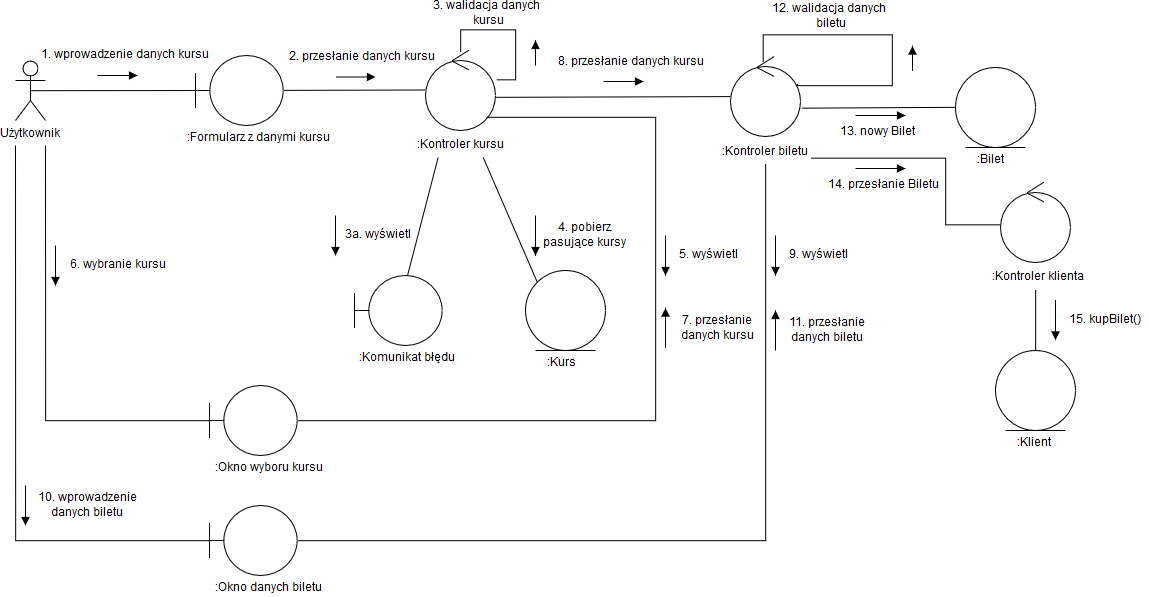
Before: Iteracja 3/Diagram Kooperacji - Kupno biletu.png, a diagram exported from draw.io (BartoszSolka/ZMIO---Zaawansowane-metody-in-ynierii-oprogramowania). Source tidied: cells renumbered, new cells last; positions are measured from the earlier drawing's top-left corner, leaving out a move shared by most shapes.
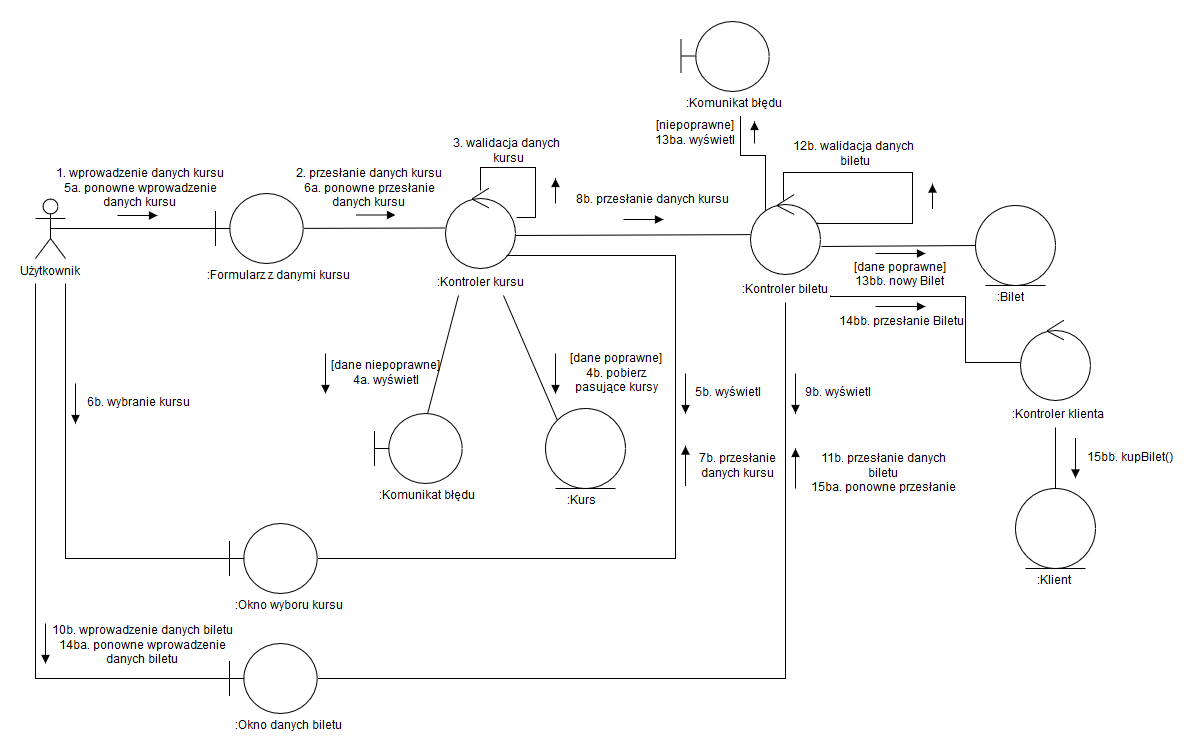
Later version of the same file.

Commit message:
Poprawione diagramy kooperacji.

Change to the diagram source:
```diff
@@ -10,12 +10,12 @@
     </mxCell>
     <mxCell id="4" style="endArrow=block;html=1;endFill=1;" parent="1" edge="1">
       <mxGeometry relative="1" as="geometry">
-        <mxPoint x="82" y="72" as="sourcePoint" />
-        <mxPoint x="122" y="72" as="targetPoint" />
+        <mxPoint x="82" y="74" as="sourcePoint" />
+        <mxPoint x="122" y="74" as="targetPoint" />
       </mxGeometry>
     </mxCell>
-    <mxCell id="5" value="1. wprowadzenie danych kursu" style="text;html=1;strokeColor=none;fillColor=none;align=center;verticalAlign=middle;whiteSpace=wrap;rounded=0;" parent="1" vertex="1">
-      <mxGeometry x="20" y="42" width="174" height="20" as="geometry" />
+    <mxCell id="5" value="&lt;div&gt;1. wprowadzenie danych kursu&lt;/div&gt;&lt;div&gt;5a. ponowne wprowadzenie danych kursu&lt;br&gt;&lt;/div&gt;" style="text;html=1;strokeColor=none;fillColor=none;align=center;verticalAlign=middle;whiteSpace=wrap;rounded=0;" parent="1" vertex="1">
+      <mxGeometry x="20" y="37" width="170" height="20" as="geometry" />
     </mxCell>
     <mxCell id="6" value="&lt;div&gt;3. walidacja danych&lt;/div&gt;&amp;nbsp;kursu" style="text;html=1;strokeColor=none;fillColor=none;align=center;verticalAlign=middle;whiteSpace=wrap;rounded=0;" parent="1" vertex="1">
       <mxGeometry x="410" width="120" height="20" as="geometry" />
@@ -47,8 +47,8 @@
         <mxPoint x="360" y="73.5" as="targetPoint" />
       </mxGeometry>
     </mxCell>
-    <mxCell id="15" value="2. przesłanie danych kursu" style="text;html=1;strokeColor=none;fillColor=none;align=center;verticalAlign=middle;whiteSpace=wrap;rounded=0;" parent="1" vertex="1">
-      <mxGeometry x="258" y="43.5" width="174" height="20" as="geometry" />
+    <mxCell id="15" value="&lt;div&gt;2. przesłanie danych kursu&lt;/div&gt;&lt;div&gt;6a. ponowne przesłanie danych kursu&lt;br&gt;&lt;/div&gt;" style="text;html=1;strokeColor=none;fillColor=none;align=center;verticalAlign=middle;whiteSpace=wrap;rounded=0;" parent="1" vertex="1">
+      <mxGeometry x="258" y="37" width="152" height="20" as="geometry" />
     </mxCell>
     <mxCell id="16" style="edgeStyle=orthogonalEdgeStyle;rounded=0;orthogonalLoop=1;jettySize=auto;html=1;endArrow=none;endFill=0;entryX=1.014;entryY=0.369;entryDx=0;entryDy=0;entryPerimeter=0;exitX=0.5;exitY=0.031;exitDx=0;exitDy=0;exitPerimeter=0;" parent="1" edge="1" source="9" target="9">
       <mxGeometry relative="1" as="geometry">
@@ -73,12 +73,12 @@
     </mxCell>
     <mxCell id="20" style="endArrow=block;html=1;endFill=1;" parent="1" edge="1">
       <mxGeometry relative="1" as="geometry">
-        <mxPoint x="320" y="212" as="sourcePoint" />
-        <mxPoint x="320" y="252" as="targetPoint" />
+        <mxPoint x="290" y="212" as="sourcePoint" />
+        <mxPoint x="290" y="252" as="targetPoint" />
       </mxGeometry>
     </mxCell>
-    <mxCell id="21" value="3a. wyświetl" style="text;html=1;strokeColor=none;fillColor=none;align=center;verticalAlign=middle;whiteSpace=wrap;rounded=0;" parent="1" vertex="1">
-      <mxGeometry x="324" y="222" width="76" height="20" as="geometry" />
+    <mxCell id="21" value="[dane niepoprawne]&lt;br&gt;&lt;div&gt;4a. wyświetl&lt;/div&gt;" style="text;html=1;strokeColor=none;fillColor=none;align=center;verticalAlign=middle;whiteSpace=wrap;rounded=0;" parent="1" vertex="1">
+      <mxGeometry x="294" y="222" width="106" height="20" as="geometry" />
     </mxCell>
     <mxCell id="22" style="ellipse;shape=umlEntity;whiteSpace=wrap;html=1;" parent="1" vertex="1">
       <mxGeometry x="510" y="267" width="80" height="80" as="geometry" />
@@ -92,8 +92,8 @@
         <mxPoint x="520" y="252" as="targetPoint" />
       </mxGeometry>
     </mxCell>
-    <mxCell id="25" value="4. pobierz pasujące kursy" style="text;html=1;strokeColor=none;fillColor=none;align=center;verticalAlign=middle;whiteSpace=wrap;rounded=0;" parent="1" vertex="1">
-      <mxGeometry x="526" y="222" width="86" height="20" as="geometry" />
+    <mxCell id="25" value="[dane poprawne]&lt;br&gt;&lt;div&gt;4b. pobierz pasujące kursy&lt;/div&gt;" style="text;html=1;strokeColor=none;fillColor=none;align=center;verticalAlign=middle;whiteSpace=wrap;rounded=0;" parent="1" vertex="1">
+      <mxGeometry x="524" y="222" width="114" height="20" as="geometry" />
     </mxCell>
     <mxCell id="26" style="edgeStyle=orthogonalEdgeStyle;rounded=0;jettySize=auto;html=1;entryX=0.871;entryY=0.844;entryDx=0;entryDy=0;entryPerimeter=0;endArrow=none;endFill=0;" parent="1" edge="1" source="28" target="9">
       <mxGeometry relative="1" as="geometry">
@@ -120,7 +120,7 @@
         <mxPoint x="650" y="272" as="targetPoint" />
       </mxGeometry>
     </mxCell>
-    <mxCell id="31" value="5. wyświetl" style="text;html=1;strokeColor=none;fillColor=none;align=center;verticalAlign=middle;whiteSpace=wrap;rounded=0;" parent="1" vertex="1">
+    <mxCell id="31" value="5b. wyświetl" style="text;html=1;strokeColor=none;fillColor=none;align=center;verticalAlign=middle;whiteSpace=wrap;rounded=0;" parent="1" vertex="1">
       <mxGeometry x="654" y="242" width="76" height="20" as="geometry" />
     </mxCell>
     <mxCell id="32" style="endArrow=block;html=1;endFill=1;" parent="1" edge="1">
@@ -129,7 +129,7 @@
         <mxPoint x="40" y="282" as="targetPoint" />
       </mxGeometry>
     </mxCell>
-    <mxCell id="33" value="6. wybranie kursu" style="text;html=1;strokeColor=none;fillColor=none;align=center;verticalAlign=middle;whiteSpace=wrap;rounded=0;" parent="1" vertex="1">
+    <mxCell id="33" value="6b. wybranie kursu" style="text;html=1;strokeColor=none;fillColor=none;align=center;verticalAlign=middle;whiteSpace=wrap;rounded=0;" parent="1" vertex="1">
       <mxGeometry x="44" y="252" width="116" height="20" as="geometry" />
     </mxCell>
     <mxCell id="34" style="endArrow=none;html=1;endFill=0;startArrow=block;startFill=1;" parent="1" edge="1">
@@ -138,9 +138,18 @@
         <mxPoint x="650" y="344.5" as="targetPoint" />
       </mxGeometry>
     </mxCell>
-    <mxCell id="35" value="7. przesłanie danych kursu" style="text;html=1;strokeColor=none;fillColor=none;align=center;verticalAlign=middle;whiteSpace=wrap;rounded=0;" parent="1" vertex="1">
+    <mxCell id="35" value="7b. przesłanie danych kursu" style="text;html=1;strokeColor=none;fillColor=none;align=center;verticalAlign=middle;whiteSpace=wrap;rounded=0;" parent="1" vertex="1">
       <mxGeometry x="654" y="315" width="96" height="20" as="geometry" />
     </mxCell>
+    <mxCell id="69" style="edgeStyle=orthogonalEdgeStyle;rounded=0;jettySize=auto;html=1;exitX=0.2;exitY=0.288;exitDx=0;exitDy=0;exitPerimeter=0;endArrow=none;endFill=0;" parent="1" edge="1" source="36" target="71">
+      <mxGeometry relative="1" as="geometry">
+        <Array as="points">
+          <mxPoint x="730" y="76" />
+          <mxPoint x="730" y="14" />
+          <mxPoint x="705" y="14" />
+        </Array>
+      </mxGeometry>
+    </mxCell>
     <mxCell id="36" style="ellipse;shape=umlControl;whiteSpace=wrap;html=1;" parent="1" vertex="1">
       <mxGeometry x="715" y="53" width="70" height="80" as="geometry" />
     </mxCell>
@@ -164,7 +173,7 @@
         <mxPoint x="588" y="78" as="targetPoint" />
       </mxGeometry>
     </mxCell>
-    <mxCell id="41" value="8. przesłanie danych kursu" style="text;html=1;strokeColor=none;fillColor=none;align=center;verticalAlign=middle;whiteSpace=wrap;rounded=0;" parent="1" vertex="1">
+    <mxCell id="41" value="8b. przesłanie danych kursu" style="text;html=1;strokeColor=none;fillColor=none;align=center;verticalAlign=middle;whiteSpace=wrap;rounded=0;" parent="1" vertex="1">
       <mxGeometry x="538" y="49" width="154" height="20" as="geometry" />
     </mxCell>
     <mxCell id="42" style="edgeStyle=orthogonalEdgeStyle;rounded=0;jettySize=auto;html=1;startArrow=none;startFill=0;endArrow=none;endFill=0;entryX=0.5;entryY=1;entryDx=0;entryDy=0;" parent="1" edge="1" source="44" target="38">
@@ -187,7 +196,7 @@
         <mxPoint x="760" y="272" as="targetPoint" />
       </mxGeometry>
     </mxCell>
-    <mxCell id="47" value="9. wyświetl" style="text;html=1;strokeColor=none;fillColor=none;align=center;verticalAlign=middle;whiteSpace=wrap;rounded=0;" parent="1" vertex="1">
+    <mxCell id="47" value="9b. wyświetl" style="text;html=1;strokeColor=none;fillColor=none;align=center;verticalAlign=middle;whiteSpace=wrap;rounded=0;" parent="1" vertex="1">
       <mxGeometry x="764" y="242" width="76" height="20" as="geometry" />
     </mxCell>
     <mxCell id="48" style="endArrow=block;html=1;endFill=1;" parent="1" edge="1">
@@ -196,8 +205,8 @@
         <mxPoint x="10" y="522" as="targetPoint" />
       </mxGeometry>
     </mxCell>
-    <mxCell id="49" value="10. wprowadzenie danych biletu" style="text;html=1;strokeColor=none;fillColor=none;align=center;verticalAlign=middle;whiteSpace=wrap;rounded=0;" parent="1" vertex="1">
-      <mxGeometry x="14" y="492" width="116" height="20" as="geometry" />
+    <mxCell id="49" value="&lt;div&gt;10b. wprowadzenie danych biletu&lt;/div&gt;&lt;div&gt;14ba. ponowne wprowadzenie danych biletu&lt;br&gt;&lt;/div&gt;" style="text;html=1;strokeColor=none;fillColor=none;align=center;verticalAlign=middle;whiteSpace=wrap;rounded=0;" parent="1" vertex="1">
+      <mxGeometry x="15" y="494" width="184" height="20" as="geometry" />
     </mxCell>
     <mxCell id="50" style="endArrow=none;html=1;endFill=0;startArrow=block;startFill=1;" parent="1" edge="1">
       <mxGeometry relative="1" as="geometry">
@@ -205,8 +214,8 @@
         <mxPoint x="760" y="347" as="targetPoint" />
       </mxGeometry>
     </mxCell>
-    <mxCell id="51" value="11. przesłanie danych biletu" style="text;html=1;strokeColor=none;fillColor=none;align=center;verticalAlign=middle;whiteSpace=wrap;rounded=0;" parent="1" vertex="1">
-      <mxGeometry x="764" y="317.5" width="96" height="20" as="geometry" />
+    <mxCell id="51" value="&lt;div&gt;11b. przesłanie danych biletu&lt;/div&gt;15ba. ponowne przesłanie danych biletu" style="text;html=1;strokeColor=none;fillColor=none;align=center;verticalAlign=middle;whiteSpace=wrap;rounded=0;" parent="1" vertex="1">
+      <mxGeometry x="770" y="322" width="156" height="20" as="geometry" />
     </mxCell>
     <mxCell id="52" style="edgeStyle=orthogonalEdgeStyle;rounded=0;orthogonalLoop=1;jettySize=auto;html=1;endArrow=none;endFill=0;entryX=0.955;entryY=0.344;entryDx=0;entryDy=0;entryPerimeter=0;exitX=0.467;exitY=0.073;exitDx=0;exitDy=0;exitPerimeter=0;" parent="1" edge="1" source="36" target="36">
       <mxGeometry relative="1" as="geometry">
@@ -224,8 +233,8 @@
         <mxPoint x="897" y="42.5" as="targetPoint" />
       </mxGeometry>
     </mxCell>
-    <mxCell id="54" value="&lt;div&gt;12. walidacja danych&lt;/div&gt;&amp;nbsp;biletu" style="text;html=1;strokeColor=none;fillColor=none;align=center;verticalAlign=middle;whiteSpace=wrap;rounded=0;" parent="1" vertex="1">
-      <mxGeometry x="752" y="3" width="120" height="20" as="geometry" />
+    <mxCell id="54" value="&lt;div&gt;12b. walidacja danych&lt;/div&gt;&amp;nbsp;biletu" style="text;html=1;strokeColor=none;fillColor=none;align=center;verticalAlign=middle;whiteSpace=wrap;rounded=0;" parent="1" vertex="1">
+      <mxGeometry x="752" y="3" width="128" height="20" as="geometry" />
     </mxCell>
     <mxCell id="55" style="ellipse;shape=umlEntity;whiteSpace=wrap;html=1;" parent="1" vertex="1">
       <mxGeometry x="940" y="64" width="80" height="80" as="geometry" />
@@ -236,8 +245,8 @@
     <mxCell id="57" style="edgeStyle=none;rounded=0;jettySize=auto;html=1;endArrow=none;endFill=0;exitX=1.014;exitY=0.646;exitDx=0;exitDy=0;exitPerimeter=0;entryX=0;entryY=0.5;entryDx=0;entryDy=0;" parent="1" edge="1" source="36" target="55">
       <mxGeometry relative="1" as="geometry" />
     </mxCell>
-    <mxCell id="58" value="&lt;div&gt;13. nowy Bilet&lt;br&gt;&lt;/div&gt;" style="text;html=1;strokeColor=none;fillColor=none;align=center;verticalAlign=middle;whiteSpace=wrap;rounded=0;" parent="1" vertex="1">
-      <mxGeometry x="802.5" y="118.5" width="120" height="20" as="geometry" />
+    <mxCell id="58" value="&lt;div&gt;&lt;br&gt;&lt;/div&gt;&lt;div&gt;[dane poprawne]&lt;br&gt;&lt;/div&gt;&lt;div&gt;13bb. nowy Bilet&lt;br&gt;&lt;/div&gt;" style="text;html=1;strokeColor=none;fillColor=none;align=center;verticalAlign=middle;whiteSpace=wrap;rounded=0;" parent="1" vertex="1">
+      <mxGeometry x="802.5" y="116.5" width="120" height="20" as="geometry" />
     </mxCell>
     <mxCell id="59" style="endArrow=block;html=1;endFill=1;" parent="1" edge="1">
       <mxGeometry relative="1" as="geometry">
@@ -254,8 +263,8 @@
     <mxCell id="62" value=":Kontroler klienta" style="text;html=1;" parent="1" vertex="1">
       <mxGeometry x="975" y="261" width="90" height="25" as="geometry" />
     </mxCell>
-    <mxCell id="63" value="&lt;div&gt;14. przesłanie Biletu&lt;br&gt;&lt;/div&gt;" style="text;html=1;strokeColor=none;fillColor=none;align=center;verticalAlign=middle;whiteSpace=wrap;rounded=0;" parent="1" vertex="1">
-      <mxGeometry x="803" y="172" width="128" height="20" as="geometry" />
+    <mxCell id="63" value="&lt;div&gt;14bb. przesłanie Biletu&lt;br&gt;&lt;/div&gt;" style="text;html=1;strokeColor=none;fillColor=none;align=center;verticalAlign=middle;whiteSpace=wrap;rounded=0;" parent="1" vertex="1">
+      <mxGeometry x="800" y="171" width="128" height="20" as="geometry" />
     </mxCell>
     <mxCell id="64" style="endArrow=block;html=1;endFill=1;" parent="1" edge="1">
       <mxGeometry relative="1" as="geometry">
@@ -275,8 +284,23 @@
         <mxPoint x="1040" y="336.5" as="targetPoint" />
       </mxGeometry>
     </mxCell>
-    <mxCell id="68" value="15. kupBilet()" style="text;html=1;strokeColor=none;fillColor=none;align=center;verticalAlign=middle;whiteSpace=wrap;rounded=0;" parent="1" vertex="1">
-      <mxGeometry x="1046" y="306.5" width="86" height="20" as="geometry" />
+    <mxCell id="68" value="15bb. kupBilet()" style="text;html=1;strokeColor=none;fillColor=none;align=center;verticalAlign=middle;whiteSpace=wrap;rounded=0;" parent="1" vertex="1">
+      <mxGeometry x="1046" y="307" width="94" height="20" as="geometry" />
     </mxCell>
+    <mxCell id="70" style="shape=umlBoundary;whiteSpace=wrap;html=1;" parent="1" vertex="1">
+      <mxGeometry x="645.5" y="-120.5" width="88" height="70" as="geometry" />
+    </mxCell>
+    <mxCell id="71" value=":Komunikat błędu" style="text;html=1;" parent="1" vertex="1">
+      <mxGeometry x="648.5" y="-50.5" width="90" height="25" as="geometry" />
+    </mxCell>
+    <mxCell id="72" style="endArrow=none;html=1;endFill=0;startArrow=block;startFill=1;" parent="1" edge="1">
+      <mxGeometry relative="1" as="geometry">
+        <mxPoint x="719" y="-20" as="sourcePoint" />
+        <mxPoint x="719" y="2" as="targetPoint" />
+      </mxGeometry>
+    </mxCell>
+    <mxCell id="73" value="[niepoprawne]&lt;br&gt;&lt;div&gt;13ba. wyświetl&lt;br&gt;&lt;/div&gt;" style="text;html=1;strokeColor=none;fillColor=none;align=center;verticalAlign=middle;whiteSpace=wrap;rounded=0;" parent="1" vertex="1">
+      <mxGeometry x="618" y="-18" width="82" height="20" as="geometry" />
+    </mxCell>
   </root>
 </mxGraphModel>
```
